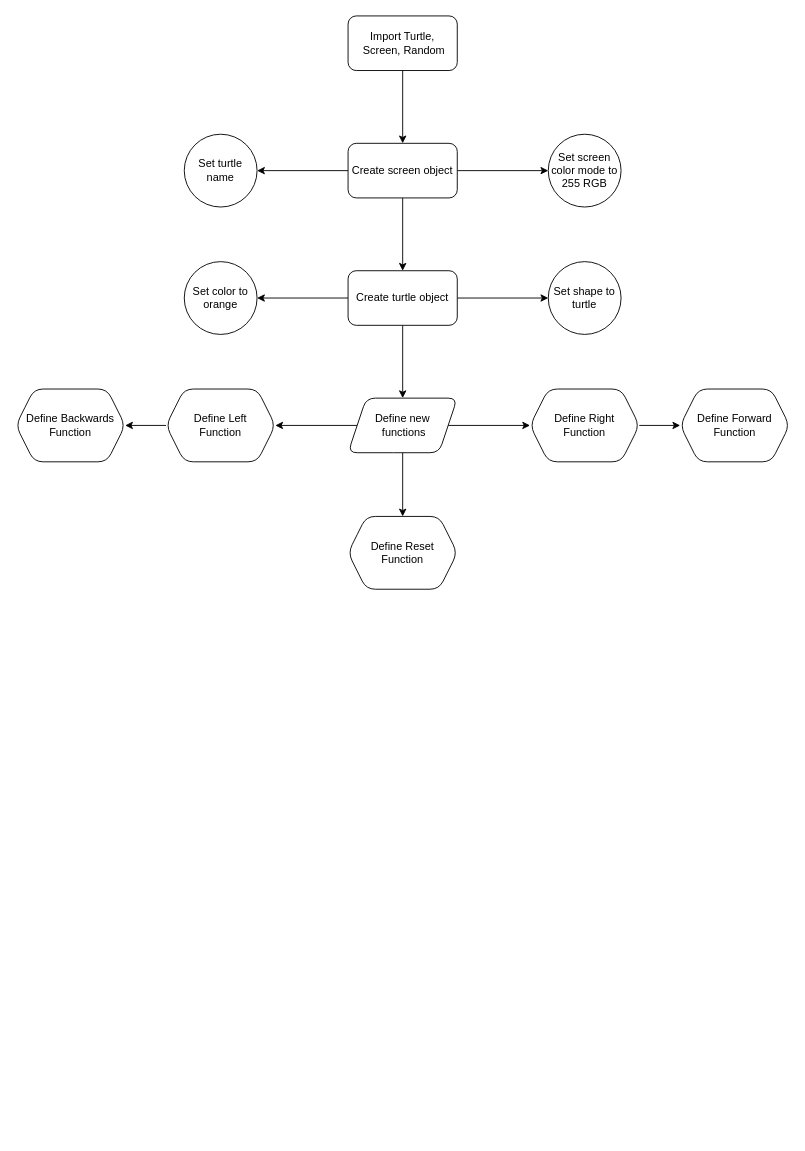
Before: turtle_etch_a_sketch.drawio in Matasem-h/new_flowcharts, a draw.io diagram. Source tidied: cells renumbered, new cells numbered last; positions are measured from the earlier drawing's top-left corner, leaving out a move shared by most shapes. Both pictures are drawn from the tidied source at 91%, with x=0, y=0 at pixel (15, 15).
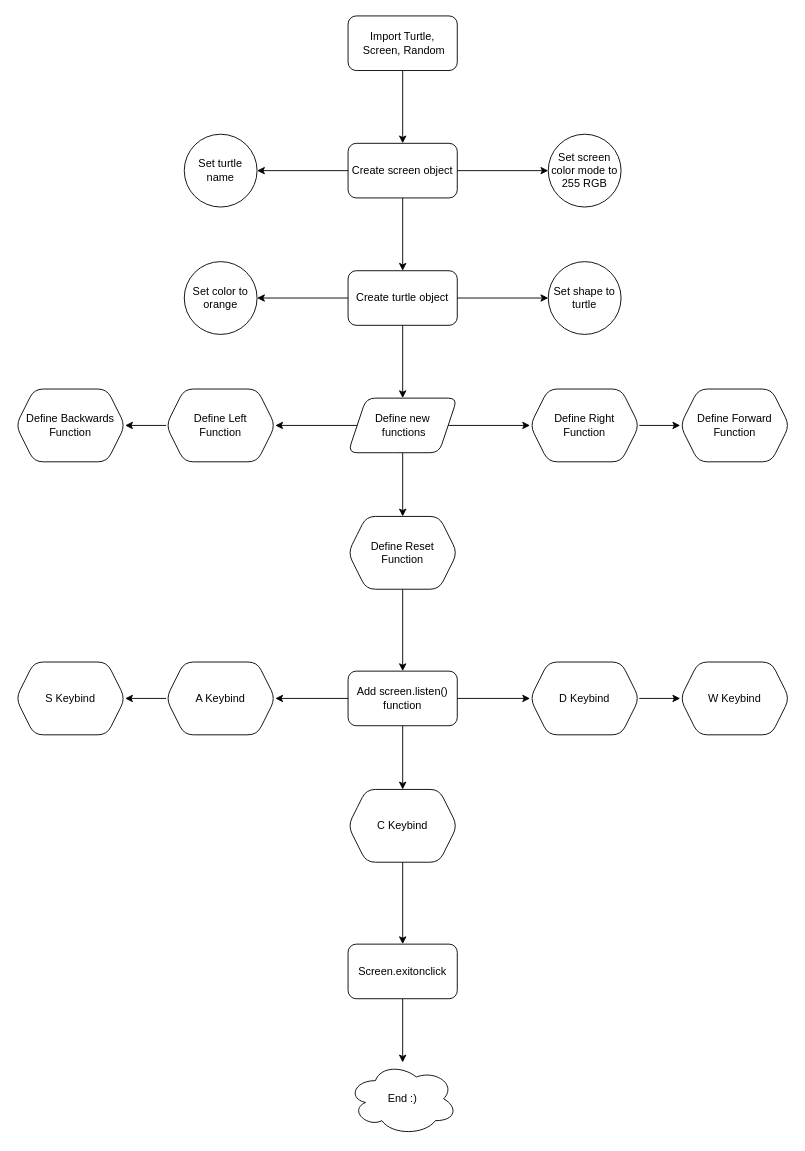
Above is the later version.

The change refers to these unchanged cells:
```xml
<mxCell id="26" value="Define Reset Function" style="shape=hexagon;perimeter=hexagonPerimeter2;whiteSpace=wrap;html=1;fixedSize=1;rounded=1;" parent="1" vertex="1">
  <mxGeometry x="365" y="550" width="120" height="80" as="geometry" />
</mxCell>
```

What changed in the source:
```diff
@@
+    <mxCell id="27" style="edgeStyle=orthogonalEdgeStyle;rounded=0;jettySize=auto;html=1;" parent="1" edge="1" source="26" target="31">
+      <mxGeometry relative="1" as="geometry" />
+    </mxCell>
@@
+    <mxCell id="28" style="edgeStyle=orthogonalEdgeStyle;rounded=0;jettySize=auto;html=1;" parent="1" edge="1" source="31" target="33">
+      <mxGeometry relative="1" as="geometry" />
+    </mxCell>
+    <mxCell id="29" style="edgeStyle=orthogonalEdgeStyle;rounded=0;jettySize=auto;html=1;" parent="1" edge="1" source="31" target="36">
+      <mxGeometry relative="1" as="geometry" />
+    </mxCell>
+    <mxCell id="30" style="edgeStyle=orthogonalEdgeStyle;rounded=0;jettySize=auto;html=1;" parent="1" edge="1" source="31" target="39">
+      <mxGeometry relative="1" as="geometry" />
+    </mxCell>
+    <mxCell id="31" value="Add screen.listen() function" style="whiteSpace=wrap;html=1;rounded=1;" parent="1" vertex="1">
+      <mxGeometry x="365" y="720" width="120" height="60" as="geometry" />
+    </mxCell>
+    <mxCell id="32" style="edgeStyle=orthogonalEdgeStyle;rounded=0;jettySize=auto;html=1;" parent="1" edge="1" source="33" target="34">
+      <mxGeometry relative="1" as="geometry" />
+    </mxCell>
+    <mxCell id="33" value="D Keybind" style="shape=hexagon;perimeter=hexagonPerimeter2;whiteSpace=wrap;html=1;fixedSize=1;rounded=1;" parent="1" vertex="1">
+      <mxGeometry x="565" y="710" width="120" height="80" as="geometry" />
+    </mxCell>
+    <mxCell id="34" value="W Keybind" style="shape=hexagon;perimeter=hexagonPerimeter2;whiteSpace=wrap;html=1;fixedSize=1;rounded=1;" parent="1" vertex="1">
+      <mxGeometry x="730" y="710" width="120" height="80" as="geometry" />
+    </mxCell>
+    <mxCell id="35" style="edgeStyle=orthogonalEdgeStyle;rounded=0;jettySize=auto;html=1;" parent="1" edge="1" source="36" target="37">
+      <mxGeometry relative="1" as="geometry" />
+    </mxCell>
+    <mxCell id="36" value="A Keybind" style="shape=hexagon;perimeter=hexagonPerimeter2;whiteSpace=wrap;html=1;fixedSize=1;rounded=1;" parent="1" vertex="1">
+      <mxGeometry x="165" y="710" width="120" height="80" as="geometry" />
+    </mxCell>
+    <mxCell id="37" value="S Keybind" style="shape=hexagon;perimeter=hexagonPerimeter2;whiteSpace=wrap;html=1;fixedSize=1;rounded=1;" parent="1" vertex="1">
+      <mxGeometry y="710" width="120" height="80" as="geometry" />
+    </mxCell>
+    <mxCell id="38" style="edgeStyle=orthogonalEdgeStyle;rounded=0;jettySize=auto;html=1;" parent="1" edge="1" source="39" target="41">
+      <mxGeometry relative="1" as="geometry" />
+    </mxCell>
+    <mxCell id="39" value="C Keybind" style="shape=hexagon;perimeter=hexagonPerimeter2;whiteSpace=wrap;html=1;fixedSize=1;rounded=1;" parent="1" vertex="1">
+      <mxGeometry x="365" y="850" width="120" height="80" as="geometry" />
+    </mxCell>
+    <mxCell id="40" style="edgeStyle=orthogonalEdgeStyle;rounded=0;jettySize=auto;html=1;" parent="1" edge="1" source="41" target="42">
+      <mxGeometry relative="1" as="geometry" />
+    </mxCell>
+    <mxCell id="41" value="Screen.exitonclick" style="whiteSpace=wrap;html=1;rounded=1;" parent="1" vertex="1">
+      <mxGeometry x="365" y="1020" width="120" height="60" as="geometry" />
+    </mxCell>
+    <mxCell id="42" value="End :)" style="ellipse;shape=cloud;whiteSpace=wrap;html=1;rounded=1;" parent="1" vertex="1">
+      <mxGeometry x="365" y="1150" width="120" height="80" as="geometry" />
+    </mxCell>
```
